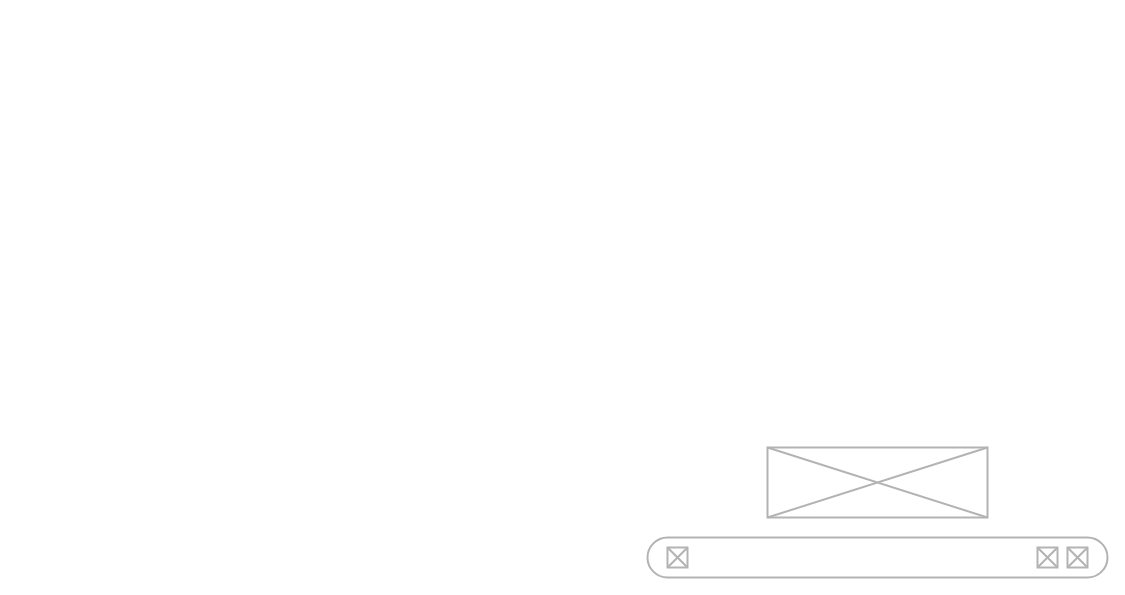
Above: page "E20" (10 of 14) of src/diagram.drawio in pegandoasmanhas/.init (draw.io), before the change. Source tidied: cells renumbered, new cells numbered last; positions are measured from the earlier drawing's top-left corner, leaving out a move shared by most shapes. Both pictures are drawn from the tidied source at 100%, with x=0, y=0 at pixel (647, 447).
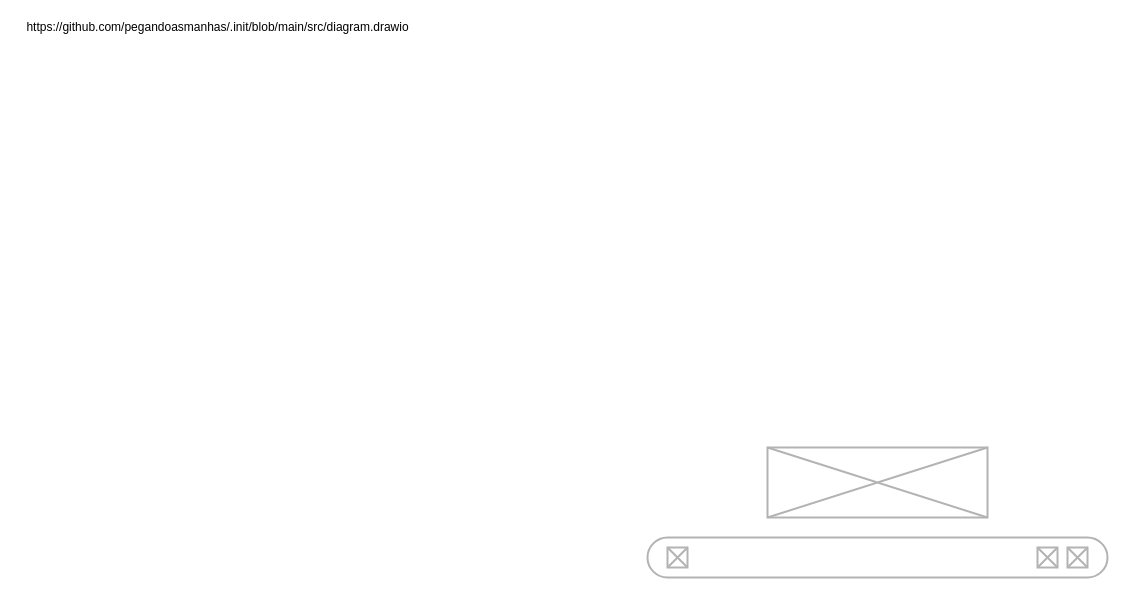
The same diagram, later.

The edit, as a diff of the source:
```diff
@@
 <mxGraphModel>
   <root>
     <mxCell id="0" />
     <mxCell id="1" parent="0" />
     <mxCell id="2" style="verticalLabelPosition=bottom;shadow=0;dashed=0;align=center;html=1;verticalAlign=top;strokeWidth=2;shape=mxgraph.mockup.graphics.simpleIcon;rounded=1;sketch=0;fillWeight=-2;hachureGap=-1;hachureAngle=-41;jiggle=1;curveFitting=0.95;sketchStyle=rough;fontFamily=Comic Sans MS;fontSize=100;fontColor=#CCCCCC;strokeColor=#B3B3B3;" parent="1" vertex="1">
       <mxGeometry x="120" width="220" height="70" as="geometry" />
     </mxCell>
     <mxCell id="3" style="group;sketch=0;rounded=1;strokeWidth=2;fillColor=#ffffff;fontColor=#CCCCCC;" parent="1" vertex="1">
       <mxGeometry y="90" width="460" height="40" as="geometry" />
     </mxCell>
     <mxCell id="4" style="rounded=1;whiteSpace=wrap;html=1;sketch=0;fillWeight=-2;hachureGap=-1;hachureAngle=-41;jiggle=1;curveFitting=0.95;sketchStyle=rough;fontFamily=Comic Sans MS;fontSize=100;strokeWidth=2;arcSize=50;fillColor=none;fontColor=#CCCCCC;strokeColor=#B3B3B3;" parent="3" vertex="1">
       <mxGeometry width="460" height="40" as="geometry" />
     </mxCell>
     <mxCell id="5" style="verticalLabelPosition=bottom;shadow=0;dashed=0;align=center;html=1;verticalAlign=top;strokeWidth=2;shape=mxgraph.mockup.graphics.simpleIcon;rounded=1;sketch=0;fillWeight=-2;hachureGap=-1;hachureAngle=-41;jiggle=1;curveFitting=0.95;sketchStyle=rough;fontFamily=Comic Sans MS;fontSize=100;fillColor=none;fontColor=#CCCCCC;strokeColor=#B3B3B3;" parent="3" vertex="1">
       <mxGeometry x="20" y="10" width="20" height="20" as="geometry" />
     </mxCell>
     <mxCell id="6" style="verticalLabelPosition=bottom;shadow=0;dashed=0;align=center;html=1;verticalAlign=top;strokeWidth=2;shape=mxgraph.mockup.graphics.simpleIcon;rounded=1;sketch=0;fillWeight=-2;hachureGap=-1;hachureAngle=-41;jiggle=1;curveFitting=0.95;sketchStyle=rough;fontFamily=Comic Sans MS;fontSize=100;fillColor=none;fontColor=#CCCCCC;strokeColor=#B3B3B3;" parent="3" vertex="1">
       <mxGeometry x="390" y="10" width="20" height="20" as="geometry" />
     </mxCell>
     <mxCell id="7" style="verticalLabelPosition=bottom;shadow=0;dashed=0;align=center;html=1;verticalAlign=top;strokeWidth=2;shape=mxgraph.mockup.graphics.simpleIcon;rounded=1;sketch=0;fillWeight=-2;hachureGap=-1;hachureAngle=-41;jiggle=1;curveFitting=0.95;sketchStyle=rough;fontFamily=Comic Sans MS;fontSize=100;fillColor=none;fontColor=#CCCCCC;strokeColor=#B3B3B3;" parent="1" vertex="1">
       <mxGeometry x="420" y="100" width="20" height="20" as="geometry" />
     </mxCell>
+    <mxCell id="8" value="https://github.com/pegandoasmanhas/.init/blob/main/src/diagram.drawio" style="text;html=1;align=center;verticalAlign=middle;strokeColor=none;" parent="1" vertex="1">
+      <mxGeometry x="-630" y="-430" width="400" height="20" as="geometry" />
+    </mxCell>
   </root>
 </mxGraphModel>
```
